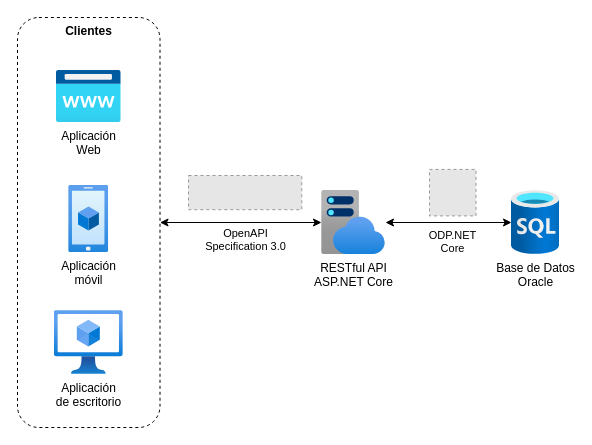
Above: docs/architecture/Risk.drawio in jtsoya539/risk (draw.io), before the change. Source tidied: cells renumbered, new cells numbered last; positions are measured from the earlier drawing's top-left corner, leaving out a move shared by most shapes. Both pictures are drawn from the tidied source at 100%, with x=0, y=0 at pixel (17, 17). Pictures stored in the file or linked from it are replaced by grey dashed boxes.
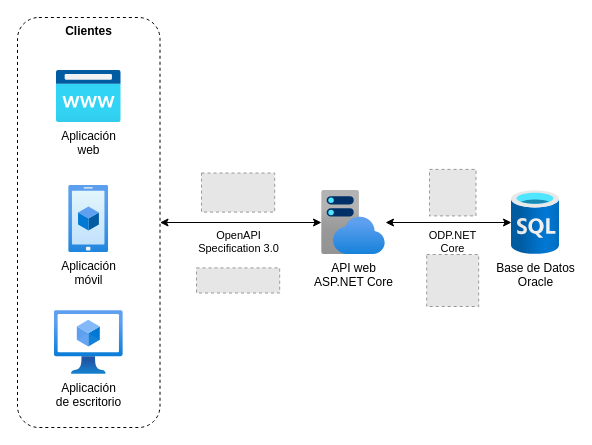
The same diagram, later.

Commit message (it also covers changes not shown here):
Actualizar gráfico de arquitectura

What changed in the source:
```diff
@@
 <mxGraphModel>
   <root>
     <mxCell id="0" />
     <mxCell id="1" parent="0" />
     <mxCell id="2" value="Clientes" style="rounded=1;whiteSpace=wrap;html=1;dashed=1;fillColor=none;verticalAlign=top;fontStyle=1;" parent="1" vertex="1">
       <mxGeometry width="142.5" height="410" as="geometry" />
     </mxCell>
     <mxCell id="3" value="Base de Datos&lt;br&gt;Oracle" style="html=1;points=[];align=center;image;fontSize=12;image=img/lib/azure2/databases/SQL_Database.svg;" parent="1" vertex="1">
       <mxGeometry x="494" y="173" width="48" height="64" as="geometry" />
     </mxCell>
     <mxCell id="4" value="Aplicación&lt;br&gt;móvil" style="html=1;align=center;image;fontSize=12;image=img/lib/azure2/general/Mobile.svg;" parent="1" vertex="1">
       <mxGeometry x="51.2" y="168" width="40" height="67" as="geometry" />
     </mxCell>
-    <mxCell id="5" value="Aplicación&lt;br&gt;Web" style="html=1;align=center;image;fontSize=12;image=img/lib/azure2/app_services/App_Service_Domains.svg;" parent="1" vertex="1">
+    <mxCell id="5" value="Aplicación&lt;br&gt;web" style="html=1;align=center;image;fontSize=12;image=img/lib/azure2/app_services/App_Service_Domains.svg;" parent="1" vertex="1">
       <mxGeometry x="38.8" y="53" width="65" height="52" as="geometry" />
     </mxCell>
     <mxCell id="6" value="Aplicación&lt;br&gt;de escritorio" style="html=1;align=center;image;fontSize=12;image=img/lib/azure2/compute/Virtual_Machines_Classic.svg;" parent="1" vertex="1">
       <mxGeometry x="36.8" y="293" width="69" height="64" as="geometry" />
     </mxCell>
     <mxCell id="7" style="fillColor=#E6E6E6;strokeColor=#999999;dashed=1;verticalLabelPosition=bottom;labelBackgroundColor=#ffffff;verticalAlign=top;" parent="1" vertex="1">
       <mxGeometry x="412" y="151.9" width="46.5" height="46.5" as="geometry" />
     </mxCell>
     <mxCell id="8" style="fillColor=#E6E6E6;strokeColor=#999999;dashed=1;verticalLabelPosition=bottom;labelBackgroundColor=#ffffff;verticalAlign=top;" parent="1" vertex="1">
-      <mxGeometry x="171" y="158" width="113.3" height="34.2" as="geometry" />
+      <mxGeometry x="179" y="250.4" width="83.2" height="25.1" as="geometry" />
     </mxCell>
     <mxCell id="9" style="endArrow=classic;startArrow=classic;html=1;verticalAlign=bottom;" parent="1" edge="1" source="13" target="3">
       <mxGeometry relative="1" as="geometry" />
     </mxCell>
     <mxCell id="10" value="ODP.NET&lt;br&gt;Core" style="edgeLabel;html=1;align=center;verticalAlign=top;" parent="9" vertex="1">
       <mxGeometry x="0.05" relative="1" as="geometry" />
     </mxCell>
     <mxCell id="11" style="endArrow=classic;startArrow=classic;html=1;verticalAlign=bottom;" parent="1" edge="1" source="2" target="13">
       <mxGeometry relative="1" as="geometry" />
     </mxCell>
     <mxCell id="12" value="OpenAPI&lt;br&gt;Specification 3.0" style="edgeLabel;html=1;align=center;verticalAlign=top;" parent="11" vertex="1">
-      <mxGeometry x="0.05" y="2" relative="1" as="geometry" />
+      <mxGeometry x="0.05" y="2" relative="1" as="geometry">
+        <mxPoint x="-7" y="2" as="offset" />
+      </mxGeometry>
     </mxCell>
-    <mxCell id="13" value="&lt;span style=&quot;font-size: 12px&quot;&gt;RESTful API&lt;br&gt;ASP.NET Core&lt;/span&gt;" style="html=1;points=[];align=center;image;fontSize=12;image=img/lib/azure2/app_services/App_Service_Plans.svg;" parent="1" vertex="1">
+    <mxCell id="13" value="&lt;span style=&quot;font-size: 12px&quot;&gt;API web&lt;br&gt;ASP.NET Core&lt;/span&gt;" style="html=1;points=[];align=center;image;fontSize=12;image=img/lib/azure2/app_services/App_Service_Plans.svg;" parent="1" vertex="1">
       <mxGeometry x="304" y="173" width="64" height="64" as="geometry" />
     </mxCell>
+    <mxCell id="14" style="fillColor=#E6E6E6;strokeColor=#999999;dashed=1;verticalLabelPosition=bottom;labelBackgroundColor=#ffffff;verticalAlign=top;" parent="1" vertex="1">
+      <mxGeometry x="409.2" y="237" width="52" height="52" as="geometry" />
+    </mxCell>
+    <mxCell id="15" style="fillColor=#E6E6E6;strokeColor=#999999;dashed=1;verticalLabelPosition=bottom;labelBackgroundColor=#ffffff;verticalAlign=top;" parent="1" vertex="1">
+      <mxGeometry x="184" y="155.5" width="73.2" height="39.1" as="geometry" />
+    </mxCell>
   </root>
 </mxGraphModel>
```
